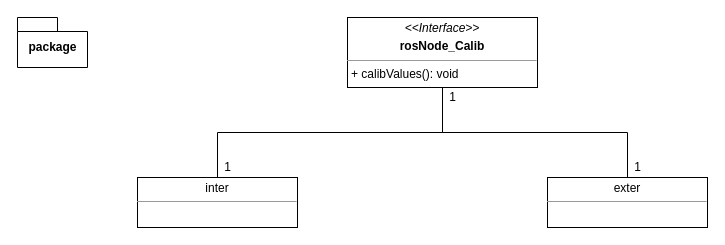
Before: page "Page-3" (3 of 4) of Untitled Diagram.drawio in DiogoBranda/Artuga, a draw.io diagram. Source tidied: cells renumbered, new cells numbered last; positions are measured from the earlier drawing's top-left corner, leaving out a move shared by most shapes. Both pictures are drawn from the tidied source at 100%, with x=0, y=0 at pixel (17, 17).
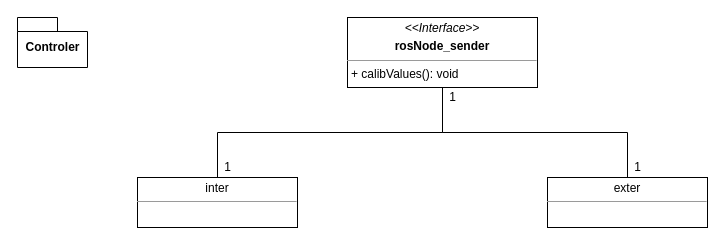
After the change.

What changed in the source:
```diff
@@
 <mxGraphModel>
   <root>
     <mxCell id="0" />
     <mxCell id="1" parent="0" />
     <mxCell id="2" style="edgeStyle=orthogonalEdgeStyle;rounded=0;jettySize=auto;html=1;exitX=0.5;exitY=1;exitDx=0;exitDy=0;entryX=0.5;entryY=0;entryDx=0;entryDy=0;endArrow=none;endFill=0;" parent="1" edge="1" source="3" target="4">
       <mxGeometry relative="1" as="geometry" />
     </mxCell>
-    <mxCell id="3" value="&lt;p style=&quot;margin:0px;margin-top:4px;text-align:center;&quot;&gt;&lt;i&gt;&amp;lt;&amp;lt;Interface&amp;gt;&amp;gt;&lt;/i&gt;&lt;/p&gt;&lt;p style=&quot;margin:0px;margin-top:4px;text-align:center;&quot;&gt;&lt;b&gt;rosNode_Calib&lt;/b&gt;&lt;br&gt;&lt;/p&gt;&lt;hr size=&quot;1&quot;&gt;&lt;p style=&quot;margin:0px;margin-left:4px;&quot;&gt;+ calibValues(): void&lt;br&gt;&lt;/p&gt;" style="verticalAlign=top;align=left;overflow=fill;fontSize=12;fontFamily=Helvetica;html=1;" parent="1" vertex="1">
+    <mxCell id="3" value="&lt;p style=&quot;margin:0px;margin-top:4px;text-align:center;&quot;&gt;&lt;i&gt;&amp;lt;&amp;lt;Interface&amp;gt;&amp;gt;&lt;/i&gt;&lt;/p&gt;&lt;p style=&quot;margin:0px;margin-top:4px;text-align:center;&quot;&gt;&lt;b&gt;rosNode_sender&lt;/b&gt;&lt;br&gt;&lt;/p&gt;&lt;hr size=&quot;1&quot;&gt;&lt;p style=&quot;margin:0px;margin-left:4px;&quot;&gt;+ calibValues(): void&lt;br&gt;&lt;/p&gt;" style="verticalAlign=top;align=left;overflow=fill;fontSize=12;fontFamily=Helvetica;html=1;" parent="1" vertex="1">
       <mxGeometry x="330" width="190" height="70" as="geometry" />
     </mxCell>
     <mxCell id="4" value="&lt;p style=&quot;margin:0px;margin-top:4px;text-align:center;&quot;&gt;inter&lt;br&gt;&lt;/p&gt;&lt;hr size=&quot;1&quot;&gt;" style="verticalAlign=top;align=left;overflow=fill;fontSize=12;fontFamily=Helvetica;html=1;" parent="1" vertex="1">
       <mxGeometry x="120" y="160" width="160" height="50" as="geometry" />
     </mxCell>
     <mxCell id="5" style="edgeStyle=orthogonalEdgeStyle;rounded=0;jettySize=auto;html=1;exitX=0.5;exitY=0;exitDx=0;exitDy=0;endArrow=none;endFill=0;" parent="1" edge="1" source="6" target="3">
       <mxGeometry relative="1" as="geometry" />
     </mxCell>
     <mxCell id="6" value="&lt;p style=&quot;margin:0px;margin-top:4px;text-align:center;&quot;&gt;exter&lt;br&gt;&lt;/p&gt;&lt;hr size=&quot;1&quot;&gt;" style="verticalAlign=top;align=left;overflow=fill;fontSize=12;fontFamily=Helvetica;html=1;" parent="1" vertex="1">
       <mxGeometry x="530" y="160" width="160" height="50" as="geometry" />
     </mxCell>
     <mxCell id="7" value="1" style="text;html=1;align=center;verticalAlign=middle;strokeColor=none;fillColor=none;" parent="1" vertex="1">
       <mxGeometry x="425" y="70" width="20" height="20" as="geometry" />
     </mxCell>
     <mxCell id="8" value="1" style="text;html=1;align=center;verticalAlign=middle;strokeColor=none;fillColor=none;" parent="1" vertex="1">
       <mxGeometry x="200" y="140" width="20" height="20" as="geometry" />
     </mxCell>
     <mxCell id="9" value="1" style="text;html=1;align=center;verticalAlign=middle;strokeColor=none;fillColor=none;" parent="1" vertex="1">
       <mxGeometry x="610" y="140" width="20" height="20" as="geometry" />
     </mxCell>
-    <mxCell id="10" value="package" style="shape=folder;fontStyle=1;spacingTop=10;tabWidth=40;tabHeight=14;tabPosition=left;html=1;" parent="1" vertex="1">
+    <mxCell id="10" value="Controler" style="shape=folder;fontStyle=1;spacingTop=10;tabWidth=40;tabHeight=14;tabPosition=left;html=1;" parent="1" vertex="1">
       <mxGeometry width="70" height="50" as="geometry" />
     </mxCell>
   </root>
 </mxGraphModel>
```
